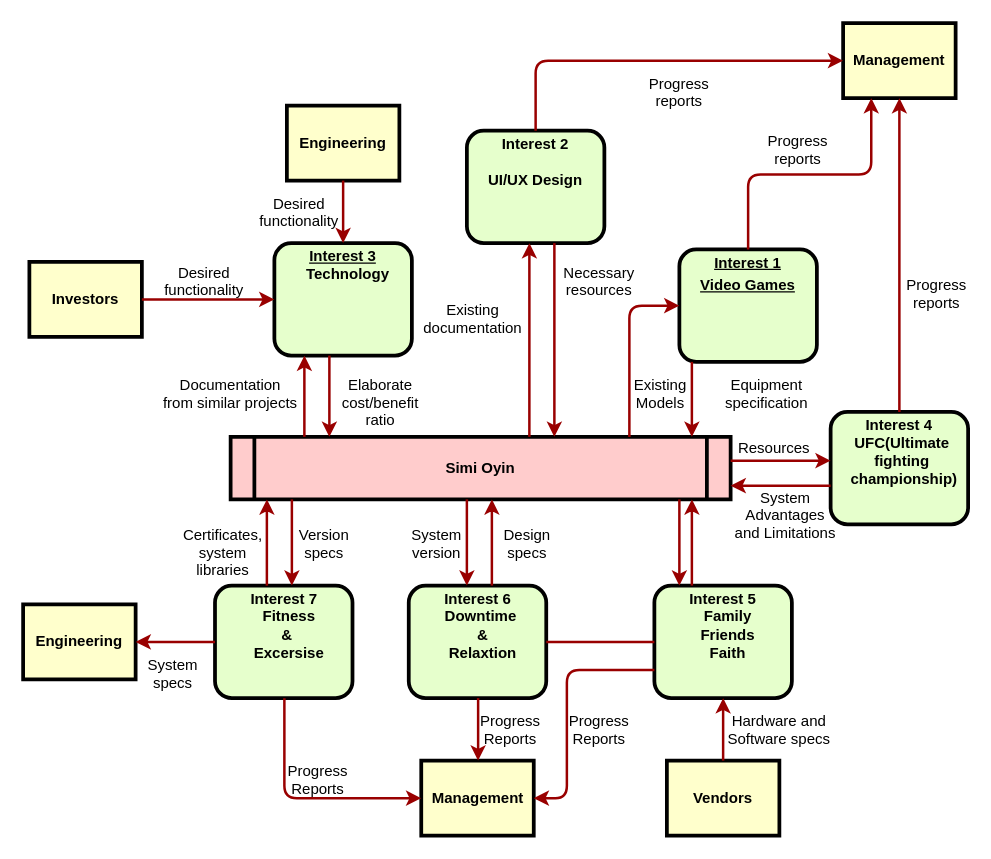
This is Untitled Diagram.drawio from simioyin222/CapstoneProjectIdeaBoard, a draw.io file, before an edit. Source tidied: cells renumbered, new cells numbered last; positions are measured from the earlier drawing's top-left corner, leaving out a move shared by most shapes. Both pictures are drawn from the tidied source at 125%, with x=0, y=0 at pixel (22, 22).
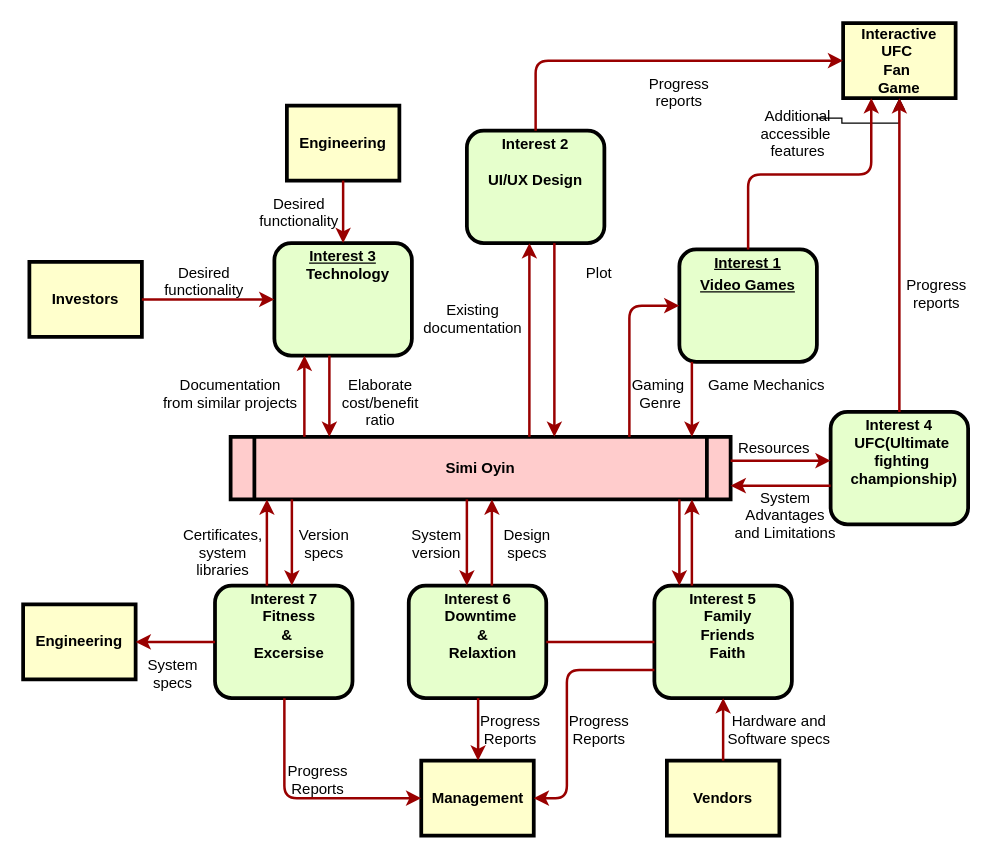
Above is the later version.

Commit message:
update features and gaming idea

What changed in the source:
```diff
@@
-    <mxCell id="11" value="Management" style="whiteSpace=wrap;align=center;verticalAlign=middle;fontStyle=1;strokeWidth=3;fillColor=#FFFFCC;" parent="1" vertex="1">
+    <mxCell id="11" value="Interactive UFC &#10;Fan &#10;Game" style="whiteSpace=wrap;align=center;verticalAlign=middle;fontStyle=1;strokeWidth=3;fillColor=#FFFFCC;" parent="1" vertex="1">
       <mxGeometry x="656" width="90" height="60" as="geometry" />
     </mxCell>
@@
-    <mxCell id="28" value="Necessary&#10;resources" style="text;spacingTop=-5;align=center;" parent="1" vertex="1">
+    <mxCell id="28" value="Plot" style="text;spacingTop=-5;align=center;" parent="1" vertex="1">
       <mxGeometry x="446" y="191" width="30" height="20" as="geometry" />
     </mxCell>
@@
+    <mxCell id="63" style="edgeStyle=orthogonalEdgeStyle;rounded=0;jettySize=auto;html=1;" parent="1" edge="1" source="30" target="11">
+      <mxGeometry relative="1" as="geometry" />
+    </mxCell>
-    <mxCell id="30" value="Progress&#10;reports" style="text;spacingTop=-5;align=center;" parent="1" vertex="1">
-      <mxGeometry x="605" y="86" width="30" height="20" as="geometry" />
+    <mxCell id="30" value="Additional&#10;accessible &#10;features&#10; " style="text;spacingTop=-5;align=center;" parent="1" vertex="1">
+      <mxGeometry x="605" y="66" width="30" height="20" as="geometry" />
     </mxCell>
@@
-    <mxCell id="37" value="Existing&#10;Models" style="text;spacingTop=-5;align=center;" parent="1" vertex="1">
-      <mxGeometry x="495" y="281" width="30" height="20" as="geometry" />
+    <mxCell id="37" value="Gaming &#10;Genre" style="text;spacingTop=-5;align=center;" parent="1" vertex="1">
+      <mxGeometry x="495" y="281" width="30" height="19" as="geometry" />
     </mxCell>
-    <mxCell id="38" value="Equipment&#10;specification" style="text;spacingTop=-5;align=center;" parent="1" vertex="1">
+    <mxCell id="38" value="Game Mechanics" style="text;spacingTop=-5;align=center;" parent="1" vertex="1">
       <mxGeometry x="580" y="281" width="30" height="20" as="geometry" />
     </mxCell>
```
